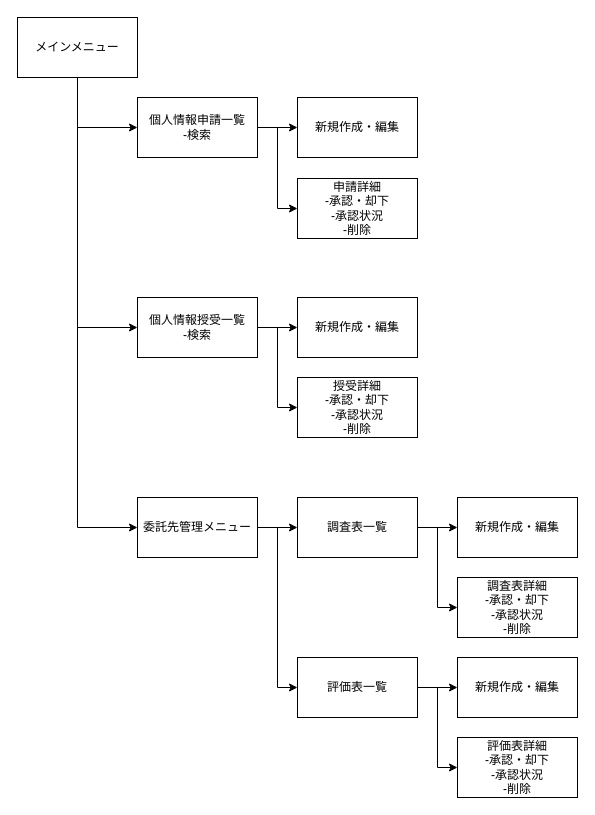
This is Untitled Diagram.drawio from ikunaga/ruby_test, a draw.io file, before an edit. Source tidied: cells renumbered, new cells numbered last; positions are measured from the earlier drawing's top-left corner, leaving out a move shared by most shapes. Both pictures are drawn from the tidied source at 100%, with x=0, y=0 at pixel (17, 17).
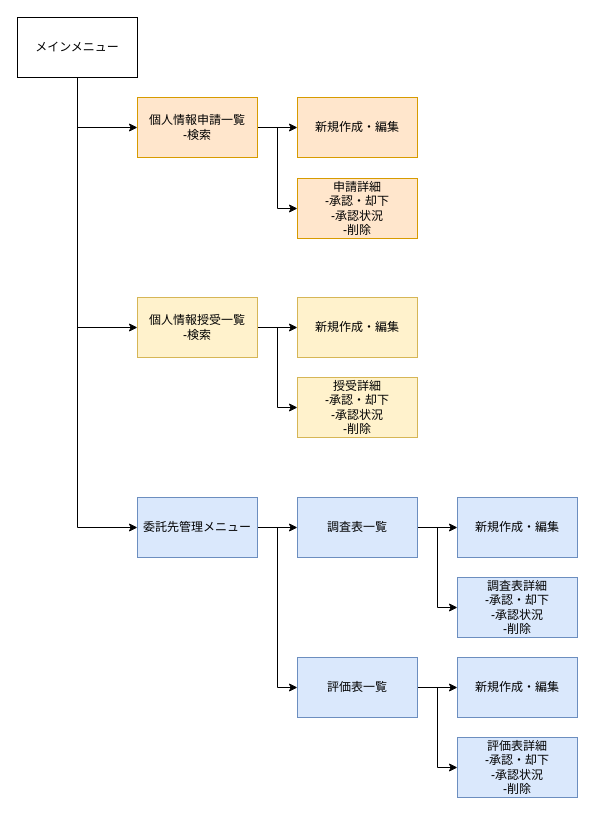
The same page after the edit.

Diff of the diagram source:
```diff
@@
-    <mxCell id="8" value="個人情報申請一覧&lt;br&gt;-検索" style="rounded=0;whiteSpace=wrap;html=1;" parent="1" vertex="1">
+    <mxCell id="8" value="個人情報申請一覧&lt;br&gt;-検索" style="rounded=0;whiteSpace=wrap;html=1;fillColor=#ffe6cc;strokeColor=#d79b00;" parent="1" vertex="1">
       <mxGeometry x="120" y="80" width="120" height="60" as="geometry" />
     </mxCell>
@@
-    <mxCell id="11" value="個人情報授受一覧&lt;br&gt;-検索" style="rounded=0;whiteSpace=wrap;html=1;" parent="1" vertex="1">
+    <mxCell id="11" value="個人情報授受一覧&lt;br&gt;-検索" style="rounded=0;whiteSpace=wrap;html=1;fillColor=#fff2cc;strokeColor=#d6b656;" parent="1" vertex="1">
       <mxGeometry x="120" y="280" width="120" height="60" as="geometry" />
     </mxCell>
@@
-    <mxCell id="14" value="委託先管理メニュー" style="rounded=0;whiteSpace=wrap;html=1;" parent="1" vertex="1">
+    <mxCell id="14" value="委託先管理メニュー" style="rounded=0;whiteSpace=wrap;html=1;fillColor=#dae8fc;strokeColor=#6c8ebf;" parent="1" vertex="1">
       <mxGeometry x="120" y="480" width="120" height="60" as="geometry" />
     </mxCell>
-    <mxCell id="15" value="新規作成・編集" style="rounded=0;whiteSpace=wrap;html=1;" parent="1" vertex="1">
+    <mxCell id="15" value="新規作成・編集" style="rounded=0;whiteSpace=wrap;html=1;fillColor=#ffe6cc;strokeColor=#d79b00;" parent="1" vertex="1">
       <mxGeometry x="280" y="80" width="120" height="60" as="geometry" />
     </mxCell>
-    <mxCell id="16" value="申請詳細&lt;br&gt;-承認・却下&lt;br&gt;-承認状況&lt;br&gt;-削除" style="rounded=0;whiteSpace=wrap;html=1;" parent="1" vertex="1">
+    <mxCell id="16" value="申請詳細&lt;br&gt;-承認・却下&lt;br&gt;-承認状況&lt;br&gt;-削除" style="rounded=0;whiteSpace=wrap;html=1;fillColor=#ffe6cc;strokeColor=#d79b00;" parent="1" vertex="1">
       <mxGeometry x="280" y="161" width="120" height="60" as="geometry" />
     </mxCell>
-    <mxCell id="17" value="新規作成・編集" style="rounded=0;whiteSpace=wrap;html=1;" parent="1" vertex="1">
+    <mxCell id="17" value="新規作成・編集" style="rounded=0;whiteSpace=wrap;html=1;fillColor=#fff2cc;strokeColor=#d6b656;" parent="1" vertex="1">
       <mxGeometry x="280" y="280" width="120" height="60" as="geometry" />
     </mxCell>
-    <mxCell id="18" value="授受詳細&lt;br&gt;-承認・却下&lt;br&gt;-承認状況&lt;br&gt;-削除" style="rounded=0;whiteSpace=wrap;html=1;" parent="1" vertex="1">
+    <mxCell id="18" value="授受詳細&lt;br&gt;-承認・却下&lt;br&gt;-承認状況&lt;br&gt;-削除" style="rounded=0;whiteSpace=wrap;html=1;fillColor=#fff2cc;strokeColor=#d6b656;" parent="1" vertex="1">
       <mxGeometry x="280" y="360" width="120" height="60" as="geometry" />
     </mxCell>
@@
-    <mxCell id="21" value="調査表一覧" style="rounded=0;whiteSpace=wrap;html=1;" parent="1" vertex="1">
+    <mxCell id="21" value="調査表一覧" style="rounded=0;whiteSpace=wrap;html=1;fillColor=#dae8fc;strokeColor=#6c8ebf;" parent="1" vertex="1">
       <mxGeometry x="280" y="480" width="120" height="60" as="geometry" />
     </mxCell>
@@
-    <mxCell id="24" value="評価表一覧" style="rounded=0;whiteSpace=wrap;html=1;" parent="1" vertex="1">
+    <mxCell id="24" value="評価表一覧" style="rounded=0;whiteSpace=wrap;html=1;fillColor=#dae8fc;strokeColor=#6c8ebf;" parent="1" vertex="1">
       <mxGeometry x="280" y="640" width="120" height="60" as="geometry" />
     </mxCell>
-    <mxCell id="25" value="新規作成・編集" style="rounded=0;whiteSpace=wrap;html=1;" parent="1" vertex="1">
+    <mxCell id="25" value="新規作成・編集" style="rounded=0;whiteSpace=wrap;html=1;fillColor=#dae8fc;strokeColor=#6c8ebf;" parent="1" vertex="1">
       <mxGeometry x="440" y="480" width="120" height="60" as="geometry" />
     </mxCell>
-    <mxCell id="26" value="調査表詳細&lt;br&gt;-承認・却下&lt;br&gt;-承認状況&lt;br&gt;-削除" style="rounded=0;whiteSpace=wrap;html=1;" parent="1" vertex="1">
+    <mxCell id="26" value="調査表詳細&lt;br&gt;-承認・却下&lt;br&gt;-承認状況&lt;br&gt;-削除" style="rounded=0;whiteSpace=wrap;html=1;fillColor=#dae8fc;strokeColor=#6c8ebf;" parent="1" vertex="1">
       <mxGeometry x="440" y="560" width="120" height="60" as="geometry" />
     </mxCell>
-    <mxCell id="27" value="新規作成・編集" style="rounded=0;whiteSpace=wrap;html=1;" parent="1" vertex="1">
+    <mxCell id="27" value="新規作成・編集" style="rounded=0;whiteSpace=wrap;html=1;fillColor=#dae8fc;strokeColor=#6c8ebf;" parent="1" vertex="1">
       <mxGeometry x="440" y="640" width="120" height="60" as="geometry" />
     </mxCell>
-    <mxCell id="28" value="評価表詳細&lt;br&gt;-承認・却下&lt;br&gt;-承認状況&lt;br&gt;-削除" style="rounded=0;whiteSpace=wrap;html=1;" parent="1" vertex="1">
+    <mxCell id="28" value="評価表詳細&lt;br&gt;-承認・却下&lt;br&gt;-承認状況&lt;br&gt;-削除" style="rounded=0;whiteSpace=wrap;html=1;fillColor=#dae8fc;strokeColor=#6c8ebf;" parent="1" vertex="1">
       <mxGeometry x="440" y="720" width="120" height="60" as="geometry" />
     </mxCell>
```
